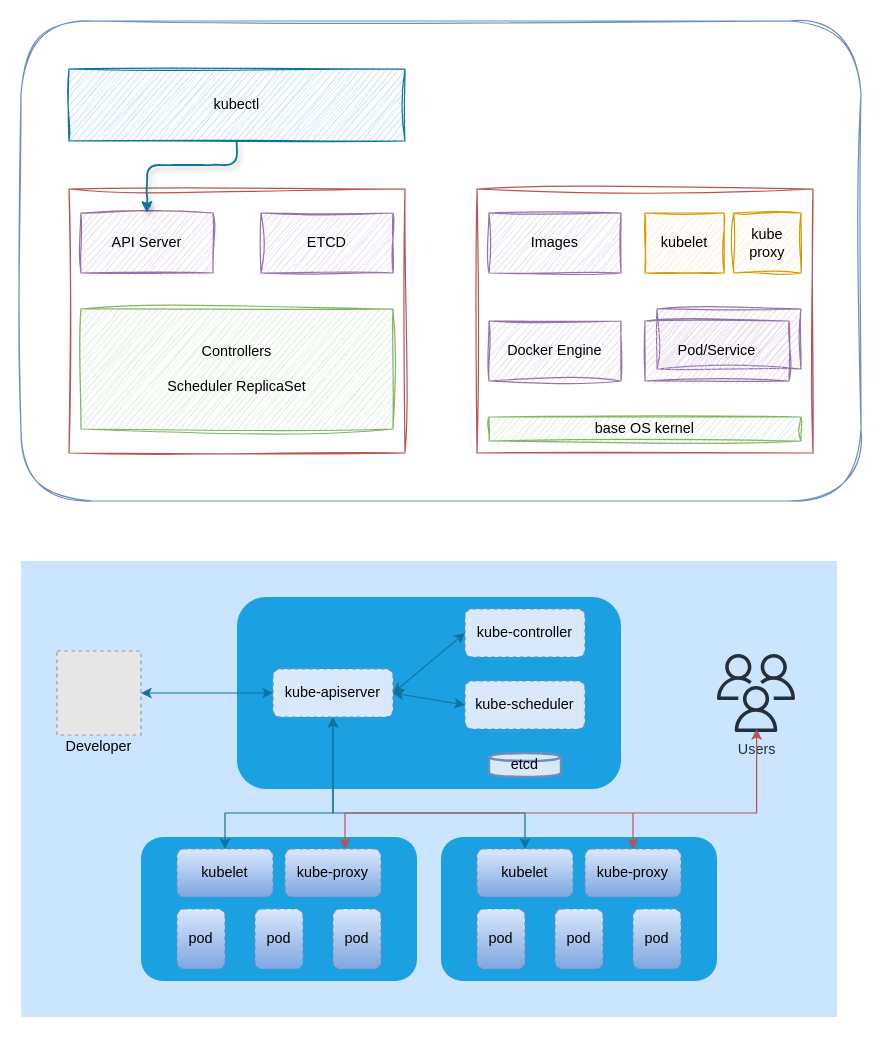
Above: Kubernetes.drawio in qinxinliang/diagrams (draw.io), before the change. Source tidied: cells renumbered, new cells numbered last; positions are measured from the earlier drawing's top-left corner, leaving out a move shared by most shapes. Both pictures are drawn from the tidied source at 120%, with x=0, y=0 at pixel (20, 20). Pictures stored in the file or linked from it are replaced by grey dashed boxes.
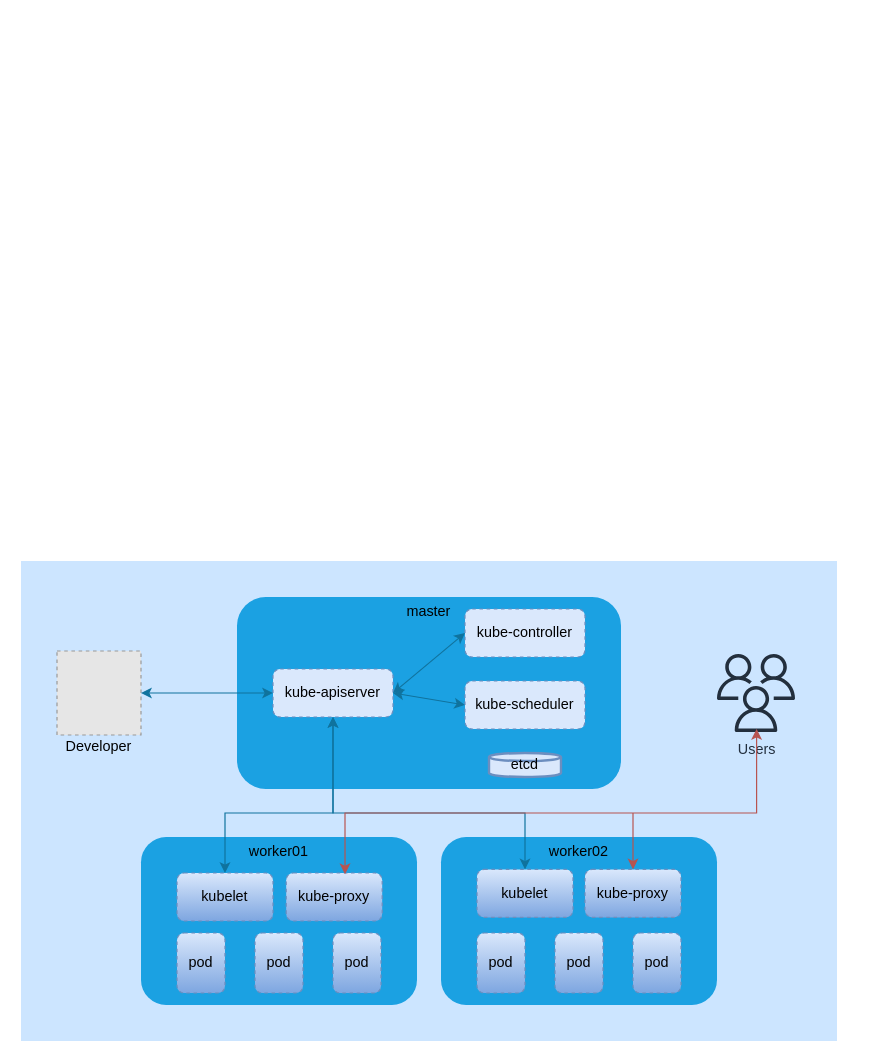
Above is the later version.

What changed in the source:
```diff
@@
     <mxCell id="2" style="rounded=0;whiteSpace=wrap;html=1;fillColor=#cce5ff;strokeColor=none;" parent="1" vertex="1">
-      <mxGeometry y="450" width="680" height="380" as="geometry" />
+      <mxGeometry y="450" width="680" height="400" as="geometry" />
     </mxCell>
-    <mxCell id="3" style="rounded=1;whiteSpace=wrap;html=1;glass=0;fillStyle=auto;fillColor=none;strokeColor=#6c8ebf;sketch=1;curveFitting=1;jiggle=2;" parent="1" vertex="1">
-      <mxGeometry width="700" height="400" as="geometry" />
-    </mxCell>
-    <mxCell id="4" style="rounded=0;whiteSpace=wrap;html=1;fillColor=none;glass=0;strokeColor=#b85450;shadow=0;sketch=1;curveFitting=1;jiggle=2;" parent="1" vertex="1">
-      <mxGeometry x="380" y="140" width="280" height="220" as="geometry" />
-    </mxCell>
-    <mxCell id="5" value="kubectl" style="rounded=0;whiteSpace=wrap;html=1;fillColor=#b1ddf0;strokeColor=#10739e;sketch=1;curveFitting=1;jiggle=2;glass=0;" parent="1" vertex="1">
-      <mxGeometry x="40" y="40" width="280" height="60" as="geometry" />
-    </mxCell>
-    <mxCell id="6" style="rounded=0;whiteSpace=wrap;html=1;fillColor=none;sketch=1;curveFitting=1;jiggle=2;glass=0;strokeColor=#b85450;" parent="1" vertex="1">
-      <mxGeometry x="40" y="140" width="280" height="220" as="geometry" />
-    </mxCell>
-    <mxCell id="7" value="API Server" style="rounded=0;whiteSpace=wrap;html=1;fillColor=#e1d5e7;sketch=1;curveFitting=1;jiggle=2;strokeColor=#9673a6;" parent="1" vertex="1">
-      <mxGeometry x="50" y="160" width="110" height="50" as="geometry" />
-    </mxCell>
-    <mxCell id="8" value="kubelet" style="rounded=0;whiteSpace=wrap;html=1;fillColor=#ffe6cc;sketch=1;curveFitting=1;jiggle=2;strokeColor=#d79b00;" parent="1" vertex="1">
-      <mxGeometry x="520" y="160" width="66" height="50" as="geometry" />
-    </mxCell>
-    <mxCell id="9" value="&lt;div&gt;Controllers&lt;/div&gt;&lt;div&gt;&lt;br&gt;&lt;/div&gt;&lt;div&gt;Scheduler ReplicaSet&lt;br&gt;&lt;/div&gt;" style="rounded=0;whiteSpace=wrap;html=1;fillColor=#d5e8d4;sketch=1;curveFitting=1;jiggle=2;strokeColor=#82b366;" parent="1" vertex="1">
-      <mxGeometry x="50" y="240" width="260" height="100" as="geometry" />
-    </mxCell>
-    <mxCell id="10" value="Images" style="rounded=0;whiteSpace=wrap;html=1;fillColor=#e1d5e7;sketch=1;curveFitting=1;jiggle=2;strokeColor=#9673a6;" parent="1" vertex="1">
-      <mxGeometry x="390" y="160" width="110" height="50" as="geometry" />
-    </mxCell>
-    <mxCell id="11" value="base OS kernel" style="rounded=0;whiteSpace=wrap;html=1;fillColor=#d5e8d4;sketch=1;curveFitting=1;jiggle=2;strokeColor=#82b366;" parent="1" vertex="1">
-      <mxGeometry x="390" y="330" width="260" height="20" as="geometry" />
-    </mxCell>
-    <mxCell id="12" value="Docker Engine" style="rounded=0;whiteSpace=wrap;html=1;fillColor=#e1d5e7;sketch=1;curveFitting=1;jiggle=2;strokeColor=#9673a6;" parent="1" vertex="1">
-      <mxGeometry x="390" y="250" width="110" height="50" as="geometry" />
-    </mxCell>
-    <mxCell id="13" style="rounded=0;whiteSpace=wrap;html=1;fillColor=#e1d5e7;sketch=1;curveFitting=1;jiggle=2;strokeColor=#9673a6;" parent="1" vertex="1">
-      <mxGeometry x="530" y="240" width="120" height="50" as="geometry" />
-    </mxCell>
-    <mxCell id="14" value="Pod/Service" style="rounded=0;whiteSpace=wrap;html=1;fillColor=#e1d5e7;sketch=1;curveFitting=1;jiggle=2;strokeColor=#9673a6;" parent="1" vertex="1">
-      <mxGeometry x="520" y="250" width="120" height="50" as="geometry" />
-    </mxCell>
-    <mxCell id="15" value="kube proxy" style="rounded=0;whiteSpace=wrap;html=1;fillColor=#ffe6cc;sketch=1;curveFitting=1;jiggle=2;strokeColor=#d79b00;" parent="1" vertex="1">
-      <mxGeometry x="594" y="160" width="56" height="50" as="geometry" />
-    </mxCell>
-    <mxCell id="16" value="ETCD" style="rounded=0;whiteSpace=wrap;html=1;fillColor=#e1d5e7;sketch=1;curveFitting=1;jiggle=2;strokeColor=#9673a6;" parent="1" vertex="1">
-      <mxGeometry x="200" y="160" width="110" height="50" as="geometry" />
-    </mxCell>
-    <mxCell id="17" style="endArrow=classic;html=1;exitX=0.5;exitY=1;exitDx=0;exitDy=0;entryX=0.5;entryY=0;entryDx=0;entryDy=0;fillColor=#b1ddf0;strokeColor=#10739e;rounded=1;targetPerimeterSpacing=0;sourcePerimeterSpacing=0;endSize=6;startSize=6;strokeWidth=1.5;shadow=1;comic=1;" parent="1" edge="1" source="5" target="7">
-      <mxGeometry relative="1" as="geometry">
-        <Array as="points">
-          <mxPoint x="180" y="120" />
-          <mxPoint x="140" y="120" />
-          <mxPoint x="105" y="120" />
-        </Array>
-      </mxGeometry>
-    </mxCell>
@@
     <mxCell id="25" style="rounded=1;whiteSpace=wrap;html=1;fillColor=#1ba1e2;strokeColor=none;fontColor=#ffffff;shadow=0;" parent="1" vertex="1">
-      <mxGeometry x="100" y="680" width="230" height="120" as="geometry" />
+      <mxGeometry x="100" y="680" width="230" height="140" as="geometry" />
     </mxCell>
     <mxCell id="26" value="kubelet" style="whiteSpace=wrap;html=1;fillColor=#dae8fc;strokeColor=#6c8ebf;rounded=1;dashed=1;gradientColor=#7ea6e0;" parent="1" vertex="1">
-      <mxGeometry x="130" y="690" width="80" height="40" as="geometry" />
+      <mxGeometry x="130" y="710" width="80" height="40" as="geometry" />
     </mxCell>
     <mxCell id="27" value="kube-proxy" style="whiteSpace=wrap;html=1;fillColor=#dae8fc;strokeColor=#6c8ebf;rounded=1;dashed=1;gradientColor=#7ea6e0;" parent="1" vertex="1">
-      <mxGeometry x="220" y="690" width="80" height="40" as="geometry" />
+      <mxGeometry x="221" y="710" width="80" height="40" as="geometry" />
     </mxCell>
     <mxCell id="28" value="pod" style="rounded=1;whiteSpace=wrap;html=1;fillColor=#dae8fc;strokeColor=#6c8ebf;dashed=1;gradientColor=#7ea6e0;" parent="1" vertex="1">
-      <mxGeometry x="130" y="740" width="40" height="50" as="geometry" />
+      <mxGeometry x="130" y="760" width="40" height="50" as="geometry" />
     </mxCell>
     <mxCell id="29" value="pod" style="rounded=1;whiteSpace=wrap;html=1;fillColor=#dae8fc;strokeColor=#6c8ebf;dashed=1;gradientColor=#7ea6e0;" parent="1" vertex="1">
-      <mxGeometry x="260" y="740" width="40" height="50" as="geometry" />
+      <mxGeometry x="260" y="760" width="40" height="50" as="geometry" />
     </mxCell>
     <mxCell id="30" value="pod" style="rounded=1;whiteSpace=wrap;html=1;fillColor=#dae8fc;strokeColor=#6c8ebf;dashed=1;gradientColor=#7ea6e0;" parent="1" vertex="1">
-      <mxGeometry x="195" y="740" width="40" height="50" as="geometry" />
+      <mxGeometry x="195" y="760" width="40" height="50" as="geometry" />
     </mxCell>
     <mxCell id="31" style="rounded=1;whiteSpace=wrap;html=1;fillColor=#1ba1e2;strokeColor=none;fontColor=#ffffff;shadow=0;" parent="1" vertex="1">
-      <mxGeometry x="350" y="680" width="230" height="120" as="geometry" />
+      <mxGeometry x="350" y="680" width="230" height="140" as="geometry" />
     </mxCell>
     <mxCell id="32" value="kubelet" style="whiteSpace=wrap;html=1;fillColor=#dae8fc;strokeColor=#6c8ebf;rounded=1;dashed=1;gradientColor=#7ea6e0;" parent="1" vertex="1">
-      <mxGeometry x="380" y="690" width="80" height="40" as="geometry" />
+      <mxGeometry x="380" y="707" width="80" height="40" as="geometry" />
     </mxCell>
     <mxCell id="33" value="kube-proxy" style="whiteSpace=wrap;html=1;fillColor=#dae8fc;strokeColor=#6c8ebf;rounded=1;dashed=1;gradientColor=#7ea6e0;" parent="1" vertex="1">
-      <mxGeometry x="470" y="690" width="80" height="40" as="geometry" />
+      <mxGeometry x="470" y="707" width="80" height="40" as="geometry" />
     </mxCell>
     <mxCell id="34" value="pod" style="rounded=1;whiteSpace=wrap;html=1;fillColor=#dae8fc;strokeColor=#6c8ebf;dashed=1;gradientColor=#7ea6e0;" parent="1" vertex="1">
-      <mxGeometry x="380" y="740" width="40" height="50" as="geometry" />
+      <mxGeometry x="380" y="760" width="40" height="50" as="geometry" />
     </mxCell>
     <mxCell id="35" value="pod" style="rounded=1;whiteSpace=wrap;html=1;fillColor=#dae8fc;strokeColor=#6c8ebf;dashed=1;gradientColor=#7ea6e0;" parent="1" vertex="1">
-      <mxGeometry x="510" y="740" width="40" height="50" as="geometry" />
+      <mxGeometry x="510" y="760" width="40" height="50" as="geometry" />
     </mxCell>
     <mxCell id="36" value="pod" style="rounded=1;whiteSpace=wrap;html=1;fillColor=#dae8fc;strokeColor=#6c8ebf;dashed=1;gradientColor=#7ea6e0;" parent="1" vertex="1">
-      <mxGeometry x="445" y="740" width="40" height="50" as="geometry" />
+      <mxGeometry x="445" y="760" width="40" height="50" as="geometry" />
     </mxCell>
@@
-    <mxCell id="42" style="endArrow=classic;startArrow=classic;html=1;rounded=0;fillColor=#f8cecc;strokeColor=#b85450;gradientColor=#ea6b66;" parent="1" edge="1">
+    <mxCell id="42" style="endArrow=classic;startArrow=classic;html=1;rounded=0;fillColor=#f8cecc;strokeColor=#b85450;gradientColor=#ea6b66;exitX=0.613;exitY=0.025;exitDx=0;exitDy=0;exitPerimeter=0;" parent="1" edge="1" source="27">
       <mxGeometry relative="1" as="geometry">
-        <mxPoint x="270" y="690" as="sourcePoint" />
         <mxPoint x="613" y="590" as="targetPoint" />
         <Array as="points">
           <mxPoint x="270" y="670" />
           <mxPoint x="270" y="660" />
           <mxPoint x="440" y="660" />
           <mxPoint x="613" y="660" />
         </Array>
       </mxGeometry>
     </mxCell>
@@
+    <mxCell id="45" value="master" style="text;html=1;strokeColor=none;fillColor=none;align=center;verticalAlign=middle;whiteSpace=wrap;rounded=0;" parent="1" vertex="1">
+      <mxGeometry x="310" y="477" width="60" height="30" as="geometry" />
+    </mxCell>
+    <mxCell id="46" value="worker01" style="text;html=1;strokeColor=none;fillColor=none;align=center;verticalAlign=middle;whiteSpace=wrap;rounded=0;" parent="1" vertex="1">
+      <mxGeometry x="185" y="677" width="60" height="30" as="geometry" />
+    </mxCell>
+    <mxCell id="47" value="worker02" style="text;html=1;strokeColor=none;fillColor=none;align=center;verticalAlign=middle;whiteSpace=wrap;rounded=0;" parent="1" vertex="1">
+      <mxGeometry x="435" y="677" width="60" height="30" as="geometry" />
+    </mxCell>
```
